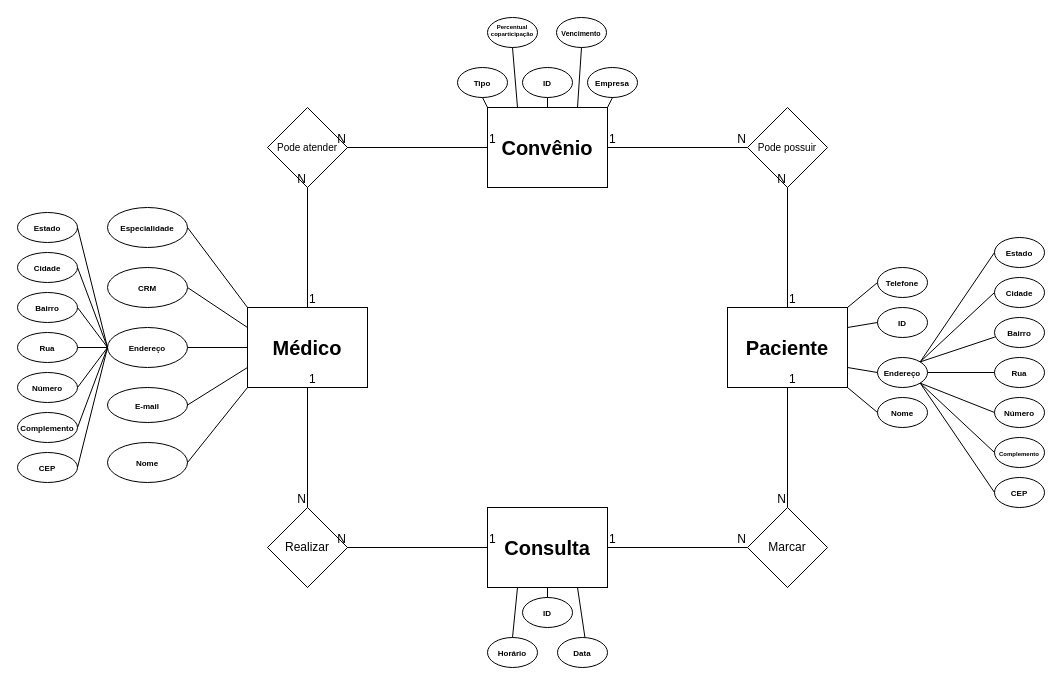
Santos091296/cvportf-lio keeps this draw.io diagram as Diagrama sem nome.drawio. Above is the earlier version. Source tidied: cells renumbered, new cells numbered last; positions are measured from the earlier drawing's top-left corner, leaving out a move shared by most shapes. Both pictures are drawn from the tidied source at 100%, with x=0, y=0 at pixel (17, 17).
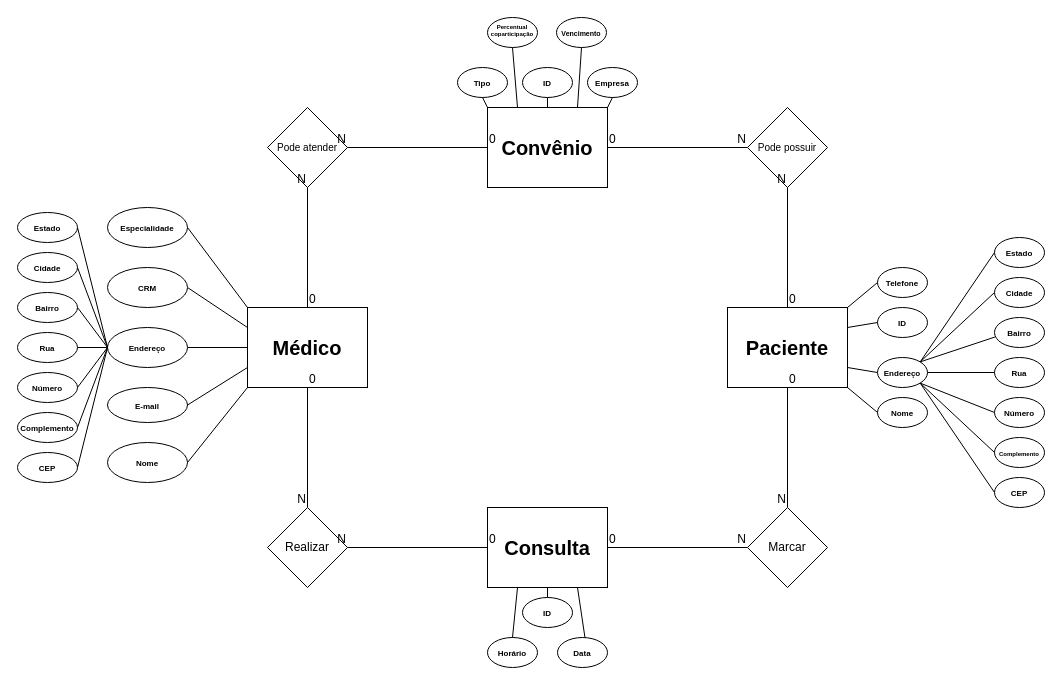
The same page after the edit.

Unchanged cells that the change refers to:
```xml
<mxCell id="73" style="endArrow=none;html=1;rounded=0;entryX=0.5;entryY=0;entryDx=0;entryDy=0;exitX=0.5;exitY=1;exitDx=0;exitDy=0;" parent="1" edge="1" source="2" target="32">
  <mxGeometry relative="1" as="geometry" />
</mxCell>
<mxCell id="76" style="endArrow=none;html=1;rounded=0;entryX=1;entryY=0.5;entryDx=0;entryDy=0;exitX=0;exitY=0.5;exitDx=0;exitDy=0;" parent="1" edge="1" source="3" target="32">
  <mxGeometry relative="1" as="geometry" />
</mxCell>
<mxCell id="79" style="endArrow=none;html=1;rounded=0;entryX=0.5;entryY=0;entryDx=0;entryDy=0;exitX=0.5;exitY=1;exitDx=0;exitDy=0;" parent="1" edge="1" source="4" target="6">
  <mxGeometry relative="1" as="geometry" />
</mxCell>
<mxCell id="82" style="endArrow=none;html=1;rounded=0;entryX=0;entryY=0.5;entryDx=0;entryDy=0;exitX=1;exitY=0.5;exitDx=0;exitDy=0;" parent="1" edge="1" source="3" target="6">
  <mxGeometry relative="1" as="geometry" />
</mxCell>
<mxCell id="85" style="endArrow=none;html=1;rounded=0;entryX=0.5;entryY=1;entryDx=0;entryDy=0;exitX=0.5;exitY=0;exitDx=0;exitDy=0;" parent="1" edge="1" source="4" target="31">
  <mxGeometry relative="1" as="geometry" />
</mxCell>
<mxCell id="88" style="endArrow=none;html=1;rounded=0;entryX=0;entryY=0.5;entryDx=0;entryDy=0;exitX=1;exitY=0.5;exitDx=0;exitDy=0;" parent="1" edge="1" source="5" target="31">
  <mxGeometry relative="1" as="geometry" />
</mxCell>
<mxCell id="91" style="endArrow=none;html=1;rounded=0;entryX=0.5;entryY=1;entryDx=0;entryDy=0;exitX=0.5;exitY=0;exitDx=0;exitDy=0;" parent="1" edge="1" source="2" target="33">
  <mxGeometry relative="1" as="geometry" />
</mxCell>
<mxCell id="94" style="endArrow=none;html=1;rounded=0;entryX=1;entryY=0.5;entryDx=0;entryDy=0;exitX=0;exitY=0.5;exitDx=0;exitDy=0;" parent="1" edge="1" source="5" target="33">
  <mxGeometry relative="1" as="geometry" />
</mxCell>
```

Change to the diagram source:
```diff
@@
-    <mxCell id="74" value="1" style="html=1;whiteSpace=wrap;align=left;verticalAlign=bottom;" parent="73" vertex="1">
+    <mxCell id="74" value="0" style="html=1;whiteSpace=wrap;align=left;verticalAlign=bottom;" parent="73" vertex="1">
       <mxGeometry x="-1" relative="1" as="geometry" />
     </mxCell>
@@
-    <mxCell id="77" value="1" style="html=1;whiteSpace=wrap;align=left;verticalAlign=bottom;" parent="76" vertex="1">
+    <mxCell id="77" value="0" style="html=1;whiteSpace=wrap;align=left;verticalAlign=bottom;" parent="76" vertex="1">
       <mxGeometry x="-1" relative="1" as="geometry" />
     </mxCell>
@@
-    <mxCell id="80" value="1" style="html=1;whiteSpace=wrap;align=left;verticalAlign=bottom;" parent="79" vertex="1">
+    <mxCell id="80" value="0" style="html=1;whiteSpace=wrap;align=left;verticalAlign=bottom;" parent="79" vertex="1">
       <mxGeometry x="-1" relative="1" as="geometry" />
     </mxCell>
@@
-    <mxCell id="83" value="1" style="html=1;whiteSpace=wrap;align=left;verticalAlign=bottom;" parent="82" vertex="1">
+    <mxCell id="83" value="0" style="html=1;whiteSpace=wrap;align=left;verticalAlign=bottom;" parent="82" vertex="1">
       <mxGeometry x="-1" relative="1" as="geometry" />
     </mxCell>
@@
-    <mxCell id="86" value="1" style="html=1;whiteSpace=wrap;align=left;verticalAlign=bottom;" parent="85" vertex="1">
+    <mxCell id="86" value="0" style="html=1;whiteSpace=wrap;align=left;verticalAlign=bottom;" parent="85" vertex="1">
       <mxGeometry x="-1" relative="1" as="geometry" />
     </mxCell>
@@
-    <mxCell id="89" value="1" style="html=1;whiteSpace=wrap;align=left;verticalAlign=bottom;" parent="88" vertex="1">
+    <mxCell id="89" value="0" style="html=1;whiteSpace=wrap;align=left;verticalAlign=bottom;" parent="88" vertex="1">
       <mxGeometry x="-1" relative="1" as="geometry" />
     </mxCell>
@@
-    <mxCell id="92" value="1" style="html=1;whiteSpace=wrap;align=left;verticalAlign=bottom;" parent="91" vertex="1">
+    <mxCell id="92" value="0" style="html=1;whiteSpace=wrap;align=left;verticalAlign=bottom;" parent="91" vertex="1">
       <mxGeometry x="-1" relative="1" as="geometry" />
     </mxCell>
@@
-    <mxCell id="95" value="1" style="html=1;whiteSpace=wrap;align=left;verticalAlign=bottom;" parent="94" vertex="1">
+    <mxCell id="95" value="0" style="html=1;whiteSpace=wrap;align=left;verticalAlign=bottom;" parent="94" vertex="1">
       <mxGeometry x="-1" relative="1" as="geometry" />
     </mxCell>
```
